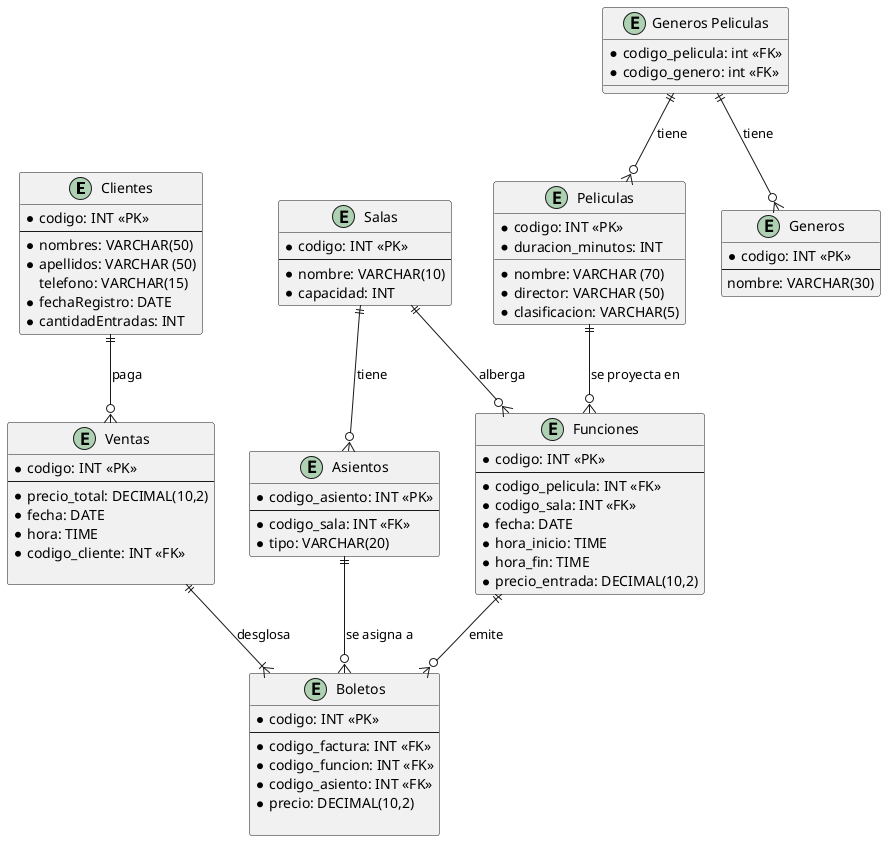
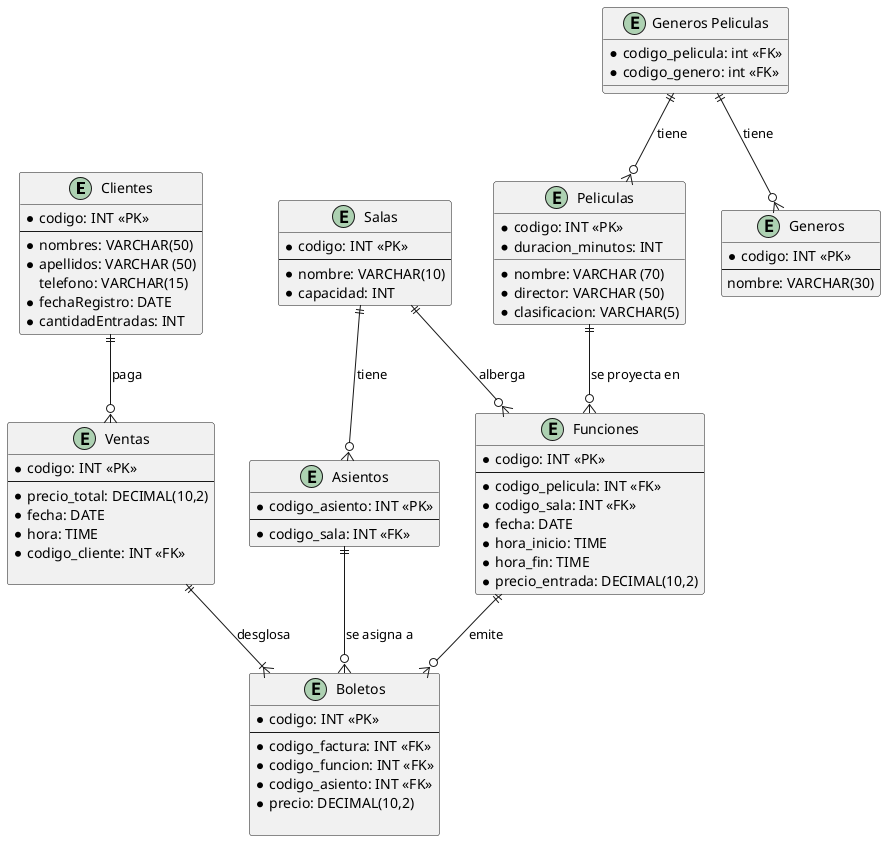
@startuml

entity "Clientes" as Clientes{
    * codigo: INT <<PK>>
    --
    * nombres: VARCHAR(50)
    * apellidos: VARCHAR (50)
    telefono: VARCHAR(15)
    * fechaRegistro: DATE
    * cantidadEntradas: INT
}

entity "Salas" as Salas{
    * codigo: INT <<PK>>
    --
    * nombre: VARCHAR(10)
    * capacidad: INT
}

entity "Peliculas" as Peliculas{
    * codigo: INT <<PK>>
    * nombre: VARCHAR (70)
    * director: VARCHAR (50)
    * duracion_minutos: INT
    * clasificacion: VARCHAR(5)
}

entity "Funciones" as Funciones{
    * codigo: INT <<PK>>
    --
    * codigo_pelicula: INT <<FK>>
    * codigo_sala: INT <<FK>>
    * fecha: DATE
    * hora_inicio: TIME
    * hora_fin: TIME
    * precio_entrada: DECIMAL(10,2)
}

entity "Asientos" as Asientos{
    * codigo_asiento: INT <<PK>>
    --
    * codigo_sala: INT <<FK>>
-     * tipo: VARCHAR(20)
}

entity "Boletos" as Boletos{
    * codigo: INT <<PK>>
    --
    * codigo_factura: INT <<FK>>
    * codigo_funcion: INT <<FK>>
    * codigo_asiento: INT <<FK>>
    * precio: DECIMAL(10,2)

}
entity "Ventas" as Ventas{
    * codigo: INT <<PK>>
    --
    * precio_total: DECIMAL(10,2)
    * fecha: DATE
    * hora: TIME
    * codigo_cliente: INT <<FK>>

}

entity "Generos" as Generos{
    * codigo: INT <<PK>>
    --
    nombre: VARCHAR(30)
}

entity "Generos Peliculas" as Generos_Peliculas{
    * codigo_pelicula: int <<FK>>
    * codigo_genero: int <<FK>>
}

Generos_Peliculas ||--o{ Generos : "tiene"
"Generos_Peliculas" ||--o{ Peliculas : "tiene"

' Una Sala tiene muchos Asientos
Salas ||--o{ Asientos : "tiene"

' Una Película tiene muchas Funciones
Peliculas ||--o{ Funciones : "se proyecta en"

' Una Sala tiene muchas Funciones
Salas ||--o{ Funciones : "alberga"

' Un Cliente tiene muchas Ventas
Clientes ||--o{ Ventas : "paga"

' Una Venta tiene muchos Boletos (Detalles)
Ventas ||--|{ Boletos : "desglosa"

' Una Función tiene muchos Boletos vendidos
Funciones ||--o{ Boletos : "emite"

' Un Asiento puede estar en muchos Boletos (en diferentes funciones)
Asientos ||--o{ Boletos : "se asigna a"
@enduml